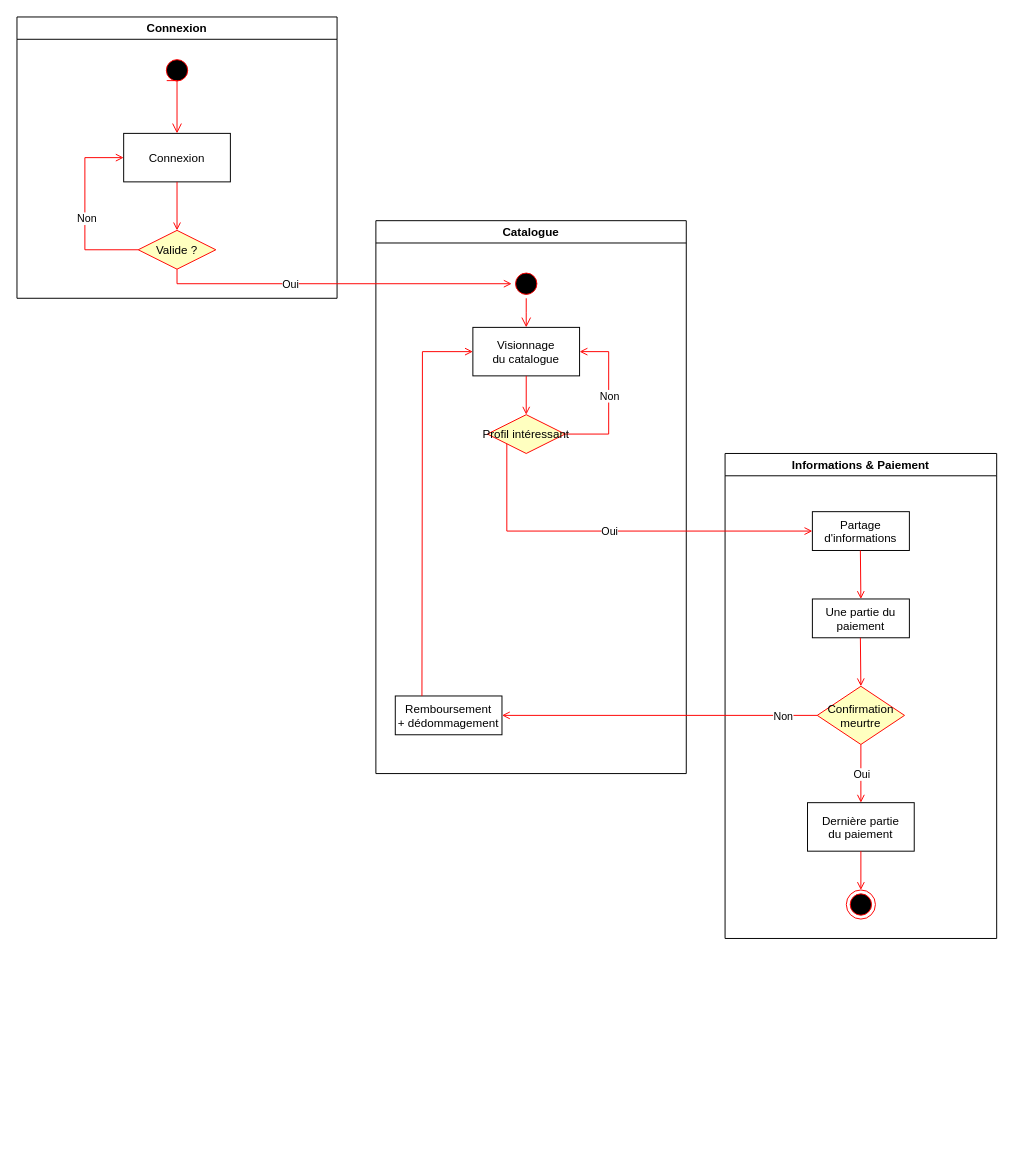
The draw.io diagram page "Diagramme d'activité" (2 of 3) of Diagrams.drawio in Inebhis/uml-project, before the edit. Source tidied: cells renumbered, new cells numbered last; positions are measured from the earlier drawing's top-left corner, leaving out a move shared by most shapes. Both pictures are drawn from the tidied source at 97%, with x=0, y=0 at pixel (16, 16).
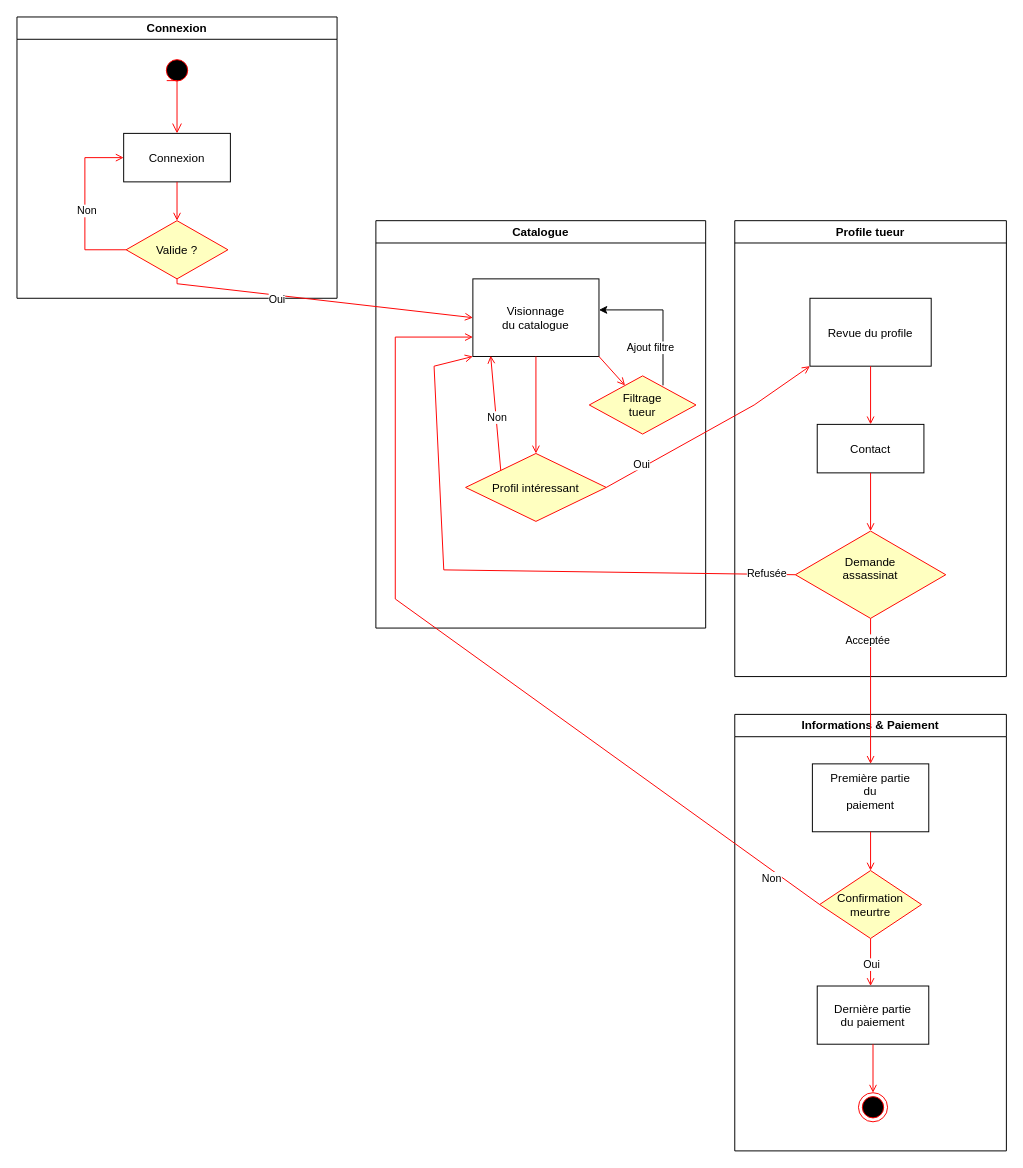
The same page after the edit.

The change refers to these unchanged cells:
```xml
<mxCell id="2" value="Connexion" style="swimlane;whiteSpace=wrap;" parent="1" vertex="1">
  <mxGeometry width="330" height="290" as="geometry" />
</mxCell>
```

The edit, as a diff of the source:
```diff
@@
     <mxCell id="9" value="Valide ?" style="rhombus;fillColor=#ffffc0;strokeColor=#ff0000;" parent="2" vertex="1">
-      <mxGeometry x="125" y="220" width="80" height="40" as="geometry" />
+      <mxGeometry x="112.5" y="210" width="105" height="60" as="geometry" />
     </mxCell>
     <mxCell id="10" value="Catalogue" style="swimlane;whiteSpace=wrap;" parent="1" vertex="1">
-      <mxGeometry x="370" y="210" width="320" height="570" as="geometry" />
+      <mxGeometry x="370" y="210" width="340" height="420" as="geometry" />
     </mxCell>
-    <mxCell id="11" style="ellipse;shape=startState;fillColor=#000000;strokeColor=#ff0000;" parent="10" vertex="1">
-      <mxGeometry x="140" y="50" width="30" height="30" as="geometry" />
-    </mxCell>
-    <mxCell id="12" style="edgeStyle=elbowEdgeStyle;elbow=horizontal;verticalAlign=bottom;endArrow=open;endSize=8;strokeColor=#FF0000;endFill=1;rounded=0;" parent="10" edge="1" source="11" target="13">
-      <mxGeometry x="46.5" y="20" as="geometry" />
-    </mxCell>
     <mxCell id="13" value="Visionnage&#10;du catalogue" parent="10" vertex="1">
-      <mxGeometry x="100" y="110" width="110" height="50" as="geometry" />
+      <mxGeometry x="100" y="60" width="130" height="80" as="geometry" />
     </mxCell>
-    <mxCell id="14" style="endArrow=open;strokeColor=#FF0000;endFill=1;rounded=0;" parent="10" edge="1" source="13">
-      <mxGeometry relative="1" as="geometry">
-        <mxPoint x="155" y="200" as="targetPoint" />
-      </mxGeometry>
+    <mxCell id="14" style="endArrow=open;strokeColor=#FF0000;endFill=1;rounded=0;exitX=1;exitY=1;exitDx=0;exitDy=0;" parent="10" edge="1" source="13" target="37">
+      <mxGeometry relative="1" as="geometry" />
     </mxCell>
+    <mxCell id="17" value="Profil intéressant" style="rhombus;fillColor=#ffffc0;strokeColor=#ff0000;" parent="10" vertex="1">
+      <mxGeometry x="92.5" y="240" width="145" height="70" as="geometry" />
+    </mxCell>
+    <mxCell id="37" value="&lt;div&gt;Filtrage&lt;/div&gt;&lt;div&gt;tueur&lt;br&gt;&lt;/div&gt;" style="rhombus;whiteSpace=wrap;html=1;fillColor=#ffffc0;strokeColor=#ff0000;" parent="10" vertex="1">
+      <mxGeometry x="220" y="160" width="110" height="60" as="geometry" />
+    </mxCell>
+    <mxCell id="38" style="edgeStyle=orthogonalEdgeStyle;rounded=0;jettySize=auto;html=1;entryX=1;entryY=0.4;entryDx=0;entryDy=0;entryPerimeter=0;exitX=0.691;exitY=0.163;exitDx=0;exitDy=0;exitPerimeter=0;" parent="10" edge="1" source="37" target="13">
+      <mxGeometry relative="1" as="geometry">
+        <Array as="points">
+          <mxPoint x="296" y="92" />
+        </Array>
+      </mxGeometry>
+    </mxCell>
+    <mxCell id="39" value="&lt;div&gt;Ajout filtre&lt;/div&gt;" style="edgeLabel;html=1;align=center;verticalAlign=middle;" parent="38" vertex="1">
+      <mxGeometry x="-0.14" y="2" relative="1" as="geometry">
+        <mxPoint x="-11.1" y="23.2" as="offset" />
+      </mxGeometry>
+    </mxCell>
-    <mxCell id="15" style="endArrow=open;strokeColor=#FF0000;endFill=1;rounded=0;exitX=1;exitY=0.5;exitDx=0;exitDy=0;entryX=1;entryY=0.5;entryDx=0;entryDy=0;" parent="10" edge="1" source="17" target="13">
-      <mxGeometry relative="1" as="geometry">
-        <Array as="points">
-          <mxPoint x="240" y="220" />
-          <mxPoint x="240" y="135" />
-        </Array>
-      </mxGeometry>
+    <mxCell id="15" style="endArrow=open;strokeColor=#FF0000;endFill=1;rounded=0;entryX=0.141;entryY=0.99;entryDx=0;entryDy=0;entryPerimeter=0;exitX=0;exitY=0;exitDx=0;exitDy=0;" parent="10" edge="1" source="17" target="13">
+      <mxGeometry relative="1" as="geometry" />
     </mxCell>
-    <mxCell id="16" value="Non" style="edgeLabel;html=1;align=center;verticalAlign=middle;" parent="15" vertex="1">
-      <mxGeometry x="0.26" y="-3" relative="1" as="geometry">
-        <mxPoint x="-3" y="16" as="offset" />
-      </mxGeometry>
-    </mxCell>
-    <mxCell id="17" value="Profil intéressant" style="rhombus;fillColor=#ffffc0;strokeColor=#ff0000;" parent="10" vertex="1">
-      <mxGeometry x="115" y="200" width="80" height="40" as="geometry" />
-    </mxCell>
-    <mxCell id="18" value="Remboursement&#10;+ dédommagement" parent="10" vertex="1">
-      <mxGeometry x="20" y="490" width="110" height="40" as="geometry" />
-    </mxCell>
-    <mxCell id="19" style="endArrow=open;strokeColor=#FF0000;endFill=1;rounded=0;exitX=0.25;exitY=0;exitDx=0;exitDy=0;entryX=0;entryY=0.5;entryDx=0;entryDy=0;" parent="10" edge="1" source="18" target="13">
-      <mxGeometry relative="1" as="geometry">
-        <Array as="points">
-          <mxPoint x="48" y="135" />
-        </Array>
-      </mxGeometry>
-    </mxCell>
+    <mxCell id="40" value="Non" style="edgeLabel;html=1;align=center;verticalAlign=middle;" parent="15" vertex="1">
+      <mxGeometry x="-0.07" y="-1" relative="1" as="geometry" />
+    </mxCell>
+    <mxCell id="41" style="endArrow=open;strokeColor=#FF0000;endFill=1;rounded=0;exitX=0.5;exitY=1;exitDx=0;exitDy=0;entryX=0.5;entryY=0;entryDx=0;entryDy=0;" parent="10" edge="1" source="13" target="17">
+      <mxGeometry relative="1" as="geometry" />
+    </mxCell>
-    <mxCell id="20" value="Informations &amp; Paiement" style="swimlane;whiteSpace=wrap;" parent="1" vertex="1">
-      <mxGeometry x="730" y="450" width="280" height="500" as="geometry" />
+    <mxCell id="20" value="Profile tueur" style="swimlane;whiteSpace=wrap;" parent="1" vertex="1">
+      <mxGeometry x="740" y="210" width="280" height="470" as="geometry" />
     </mxCell>
-    <mxCell id="21" value="Dernière partie&#10;du paiement" parent="20" vertex="1">
-      <mxGeometry x="85" y="360" width="110" height="50" as="geometry" />
-    </mxCell>
-    <mxCell id="22" style="ellipse;shape=endState;fillColor=#000000;strokeColor=#ff0000;" parent="20" vertex="1">
-      <mxGeometry x="125" y="450" width="30" height="30" as="geometry" />
-    </mxCell>
-    <mxCell id="23" style="endArrow=open;strokeColor=#FF0000;endFill=1;rounded=0;" parent="20" edge="1" source="21" target="22">
-      <mxGeometry relative="1" as="geometry" />
-    </mxCell>
-    <mxCell id="24" value="Partage&#10;d'informations" parent="20" vertex="1">
-      <mxGeometry x="90" y="60" width="100" height="40" as="geometry" />
+    <mxCell id="24" value="Revue du profile" parent="20" vertex="1">
+      <mxGeometry x="77.5" y="80" width="125" height="70" as="geometry" />
     </mxCell>
-    <mxCell id="25" style="endArrow=open;strokeColor=#FF0000;endFill=1;rounded=0;entryX=0.5;entryY=0;entryDx=0;entryDy=0;" parent="20" edge="1" target="26">
-      <mxGeometry relative="1" as="geometry">
-        <mxPoint x="139.5" y="100" as="sourcePoint" />
-      </mxGeometry>
+    <mxCell id="25" style="endArrow=open;strokeColor=#FF0000;endFill=1;rounded=0;entryX=0.5;entryY=0;entryDx=0;entryDy=0;exitX=0.5;exitY=1;exitDx=0;exitDy=0;" parent="20" edge="1" source="24" target="26">
+      <mxGeometry relative="1" as="geometry" />
     </mxCell>
-    <mxCell id="26" value="Une partie du&#10;paiement" parent="20" vertex="1">
-      <mxGeometry x="90" y="150" width="100" height="40" as="geometry" />
+    <mxCell id="26" value="Contact" parent="20" vertex="1">
+      <mxGeometry x="85" y="210" width="110" height="50" as="geometry" />
     </mxCell>
-    <mxCell id="27" style="endArrow=open;strokeColor=#FF0000;endFill=1;rounded=0;entryX=0.5;entryY=0;entryDx=0;entryDy=0;" parent="20" edge="1">
-      <mxGeometry relative="1" as="geometry">
-        <mxPoint x="139.5" y="190" as="sourcePoint" />
-        <mxPoint x="140" y="240" as="targetPoint" />
-      </mxGeometry>
+    <mxCell id="27" style="endArrow=open;strokeColor=#FF0000;endFill=1;rounded=0;entryX=0.5;entryY=0;entryDx=0;entryDy=0;exitX=0.5;exitY=1;exitDx=0;exitDy=0;" parent="20" edge="1" source="26" target="30">
+      <mxGeometry relative="1" as="geometry" />
     </mxCell>
-    <mxCell id="28" style="endArrow=open;strokeColor=#FF0000;endFill=1;rounded=0;exitX=0.5;exitY=1;exitDx=0;exitDy=0;" parent="20" edge="1" source="30">
-      <mxGeometry relative="1" as="geometry">
-        <mxPoint x="140" y="360" as="targetPoint" />
-      </mxGeometry>
-    </mxCell>
-    <mxCell id="29" value="Oui" style="edgeLabel;html=1;align=center;verticalAlign=middle;" parent="28" vertex="1">
-      <mxGeometry x="-0.28" y="1" relative="1" as="geometry">
-        <mxPoint x="-1" y="8" as="offset" />
-      </mxGeometry>
-    </mxCell>
-    <mxCell id="30" value="Confirmation&#10;meurtre" style="rhombus;fillColor=#ffffc0;strokeColor=#ff0000;" parent="20" vertex="1">
-      <mxGeometry x="95" y="240" width="90" height="60" as="geometry" />
+    <mxCell id="30" value="Demande&#10;assassinat&#10;" style="rhombus;fillColor=#ffffc0;strokeColor=#ff0000;" parent="20" vertex="1">
+      <mxGeometry x="62.5" y="320" width="155" height="90" as="geometry" />
     </mxCell>
-    <mxCell id="31" style="endArrow=open;strokeColor=#FF0000;endFill=1;rounded=0;exitX=0.5;exitY=1;exitDx=0;exitDy=0;entryX=0;entryY=0.5;entryDx=0;entryDy=0;" parent="1" edge="1" source="9" target="11">
+    <mxCell id="31" style="endArrow=open;strokeColor=#FF0000;endFill=1;rounded=0;exitX=0.5;exitY=1;exitDx=0;exitDy=0;entryX=0;entryY=0.5;entryDx=0;entryDy=0;" parent="1" edge="1" source="9" target="13">
       <mxGeometry relative="1" as="geometry">
         <Array as="points">
           <mxPoint x="165" y="275" />
         </Array>
       </mxGeometry>
     </mxCell>
@@
-    <mxCell id="33" style="endArrow=open;strokeColor=#FF0000;endFill=1;rounded=0;exitX=0;exitY=1;exitDx=0;exitDy=0;entryX=0;entryY=0.5;entryDx=0;entryDy=0;" parent="1" edge="1" source="17" target="24">
+    <mxCell id="33" style="endArrow=open;strokeColor=#FF0000;endFill=1;rounded=0;exitX=1;exitY=0.5;exitDx=0;exitDy=0;entryX=0;entryY=1;entryDx=0;entryDy=0;" parent="1" edge="1" source="17" target="24">
       <mxGeometry relative="1" as="geometry">
         <Array as="points">
-          <mxPoint x="505" y="530" />
+          <mxPoint x="760" y="400" />
         </Array>
       </mxGeometry>
     </mxCell>
     <mxCell id="34" value="Oui" style="edgeLabel;html=1;align=center;verticalAlign=middle;" parent="33" vertex="1">
       <mxGeometry x="-0.32" y="-3" relative="1" as="geometry">
-        <mxPoint x="57" y="-3" as="offset" />
+        <mxPoint x="-38.3" y="13.3" as="offset" />
       </mxGeometry>
     </mxCell>
-    <mxCell id="35" style="endArrow=open;strokeColor=#FF0000;endFill=1;rounded=0;exitX=0;exitY=0.5;exitDx=0;exitDy=0;entryX=1;entryY=0.5;entryDx=0;entryDy=0;" parent="1" edge="1" source="30" target="18">
-      <mxGeometry relative="1" as="geometry" />
+    <mxCell id="35" style="endArrow=open;strokeColor=#FF0000;endFill=1;rounded=0;exitX=0;exitY=0.5;exitDx=0;exitDy=0;entryX=0;entryY=1;entryDx=0;entryDy=0;" parent="1" edge="1" source="30" target="13">
+      <mxGeometry relative="1" as="geometry">
+        <Array as="points">
+          <mxPoint x="440" y="570" />
+          <mxPoint x="430" y="360" />
+        </Array>
+      </mxGeometry>
     </mxCell>
-    <mxCell id="36" value="Non" style="edgeLabel;html=1;align=center;verticalAlign=middle;" parent="35" vertex="1">
+    <mxCell id="36" value="Refusée" style="edgeLabel;html=1;align=center;verticalAlign=middle;" parent="35" vertex="1">
       <mxGeometry x="-0.65" y="-2" relative="1" as="geometry">
-        <mxPoint x="21" y="2" as="offset" />
+        <mxPoint x="76.9" y="2" as="offset" />
       </mxGeometry>
     </mxCell>
+    <mxCell id="42" value="Informations &amp; Paiement" style="swimlane;whiteSpace=wrap;" parent="1" vertex="1">
+      <mxGeometry x="740" y="719" width="280" height="450" as="geometry" />
+    </mxCell>
+    <mxCell id="21" value="Dernière partie&#10;du paiement" parent="42" vertex="1">
+      <mxGeometry x="85" y="280" width="115" height="60" as="geometry" />
+    </mxCell>
+    <mxCell id="43" style="ellipse;shape=endState;fillColor=#000000;strokeColor=#ff0000;" parent="42" vertex="1">
+      <mxGeometry x="127.5" y="390" width="30" height="30" as="geometry" />
+    </mxCell>
+    <mxCell id="44" style="endArrow=open;strokeColor=#FF0000;endFill=1;rounded=0;" parent="42" edge="1" source="21" target="43">
+      <mxGeometry relative="1" as="geometry" />
+    </mxCell>
+    <mxCell id="45" value="Première partie&#10;du&#10;paiement&#10;" parent="42" vertex="1">
+      <mxGeometry x="80" y="51" width="120" height="70" as="geometry" />
+    </mxCell>
+    <mxCell id="46" style="endArrow=open;strokeColor=#FF0000;endFill=1;rounded=0;entryX=0.5;entryY=0;entryDx=0;entryDy=0;exitX=0.5;exitY=1;exitDx=0;exitDy=0;" parent="42" edge="1" source="45" target="49">
+      <mxGeometry relative="1" as="geometry" />
+    </mxCell>
+    <mxCell id="47" style="endArrow=open;strokeColor=#FF0000;endFill=1;rounded=0;exitX=0.5;exitY=1;exitDx=0;exitDy=0;" parent="42" edge="1" source="49">
+      <mxGeometry relative="1" as="geometry">
+        <mxPoint x="140" y="280" as="targetPoint" />
+      </mxGeometry>
+    </mxCell>
+    <mxCell id="48" value="Oui" style="edgeLabel;html=1;align=center;verticalAlign=middle;" parent="47" vertex="1">
+      <mxGeometry x="-0.28" y="1" relative="1" as="geometry">
+        <mxPoint x="-1" y="8" as="offset" />
+      </mxGeometry>
+    </mxCell>
+    <mxCell id="49" value="Confirmation&#10;meurtre" style="rhombus;fillColor=#ffffc0;strokeColor=#ff0000;" parent="42" vertex="1">
+      <mxGeometry x="87.5" y="161" width="105" height="70" as="geometry" />
+    </mxCell>
+    <mxCell id="28" style="endArrow=open;strokeColor=#FF0000;endFill=1;rounded=0;exitX=0.5;exitY=1;exitDx=0;exitDy=0;entryX=0.5;entryY=0;entryDx=0;entryDy=0;" parent="1" edge="1" source="30" target="45">
+      <mxGeometry relative="1" as="geometry" />
+    </mxCell>
+    <mxCell id="29" value="Acceptée" style="edgeLabel;html=1;align=center;verticalAlign=middle;" parent="28" vertex="1">
+      <mxGeometry x="-0.28" y="1" relative="1" as="geometry">
+        <mxPoint x="-4.1" y="-31.8" as="offset" />
+      </mxGeometry>
+    </mxCell>
+    <mxCell id="50" style="endArrow=open;strokeColor=#FF0000;endFill=1;rounded=0;exitX=0;exitY=0.5;exitDx=0;exitDy=0;entryX=0;entryY=0.75;entryDx=0;entryDy=0;" parent="1" edge="1" source="49" target="13">
+      <mxGeometry relative="1" as="geometry">
+        <Array as="points">
+          <mxPoint x="390" y="600" />
+          <mxPoint x="390" y="330" />
+        </Array>
+      </mxGeometry>
+    </mxCell>
+    <mxCell id="51" value="Non" style="edgeLabel;html=1;align=center;verticalAlign=middle;" parent="50" vertex="1">
+      <mxGeometry x="-0.28" y="1" relative="1" as="geometry">
+        <mxPoint x="210.4" y="158.3" as="offset" />
+      </mxGeometry>
+    </mxCell>
```
